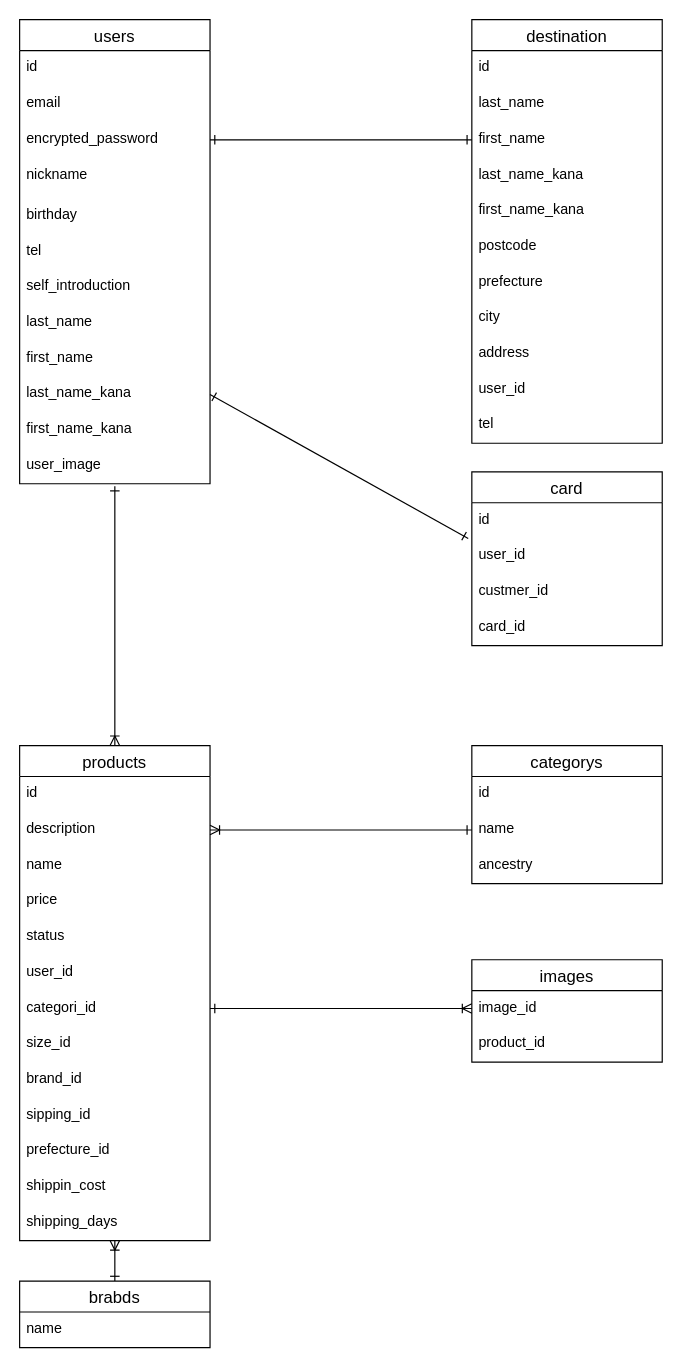
Earlier version of the draw.io diagram furima.dio (u-maki/furima-41584). Source tidied: cells renumbered, new cells numbered last; positions are measured from the earlier drawing's top-left corner, leaving out a move shared by most shapes. Both pictures are drawn from the tidied source at 119%, with x=0, y=0 at pixel (19, 19).
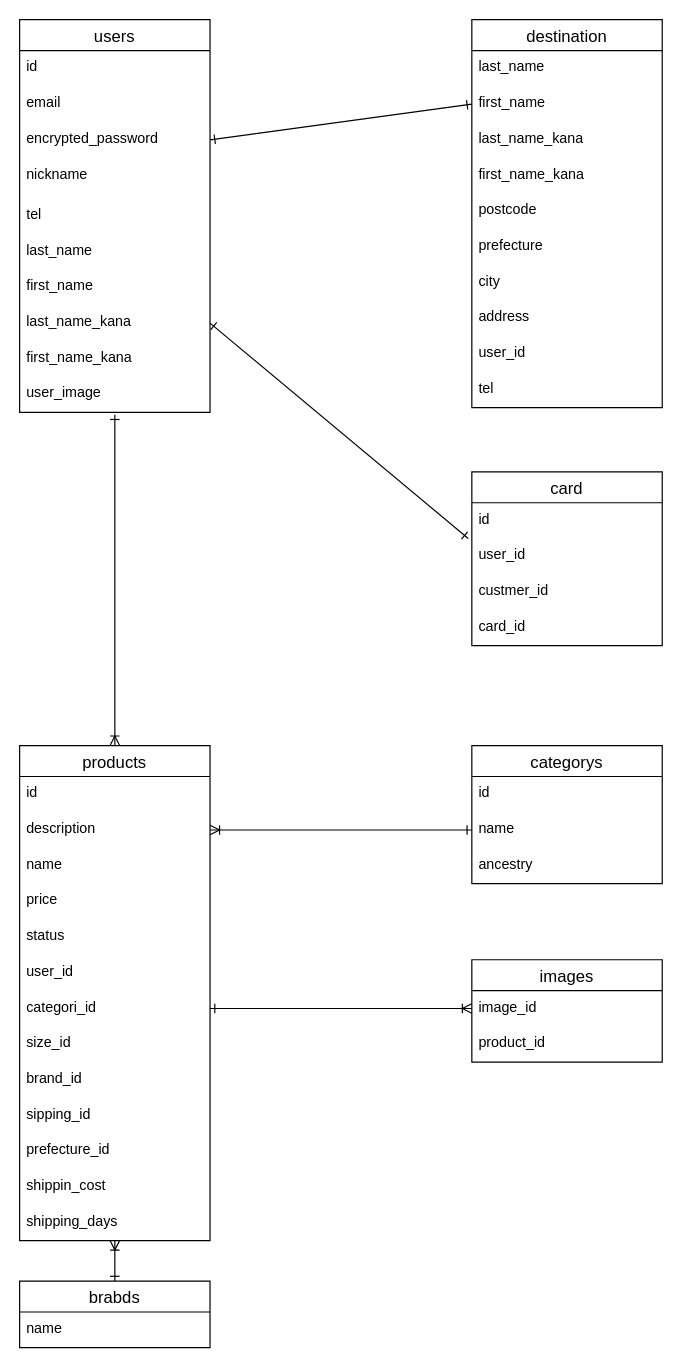
The same diagram, later.

Diff of the diagram source:
```diff
@@
     <mxCell id="2" value="users" style="swimlane;fontStyle=0;horizontal=1;startSize=26;align=center;fontSize=14;" parent="1" vertex="1">
-      <mxGeometry width="160" height="390" as="geometry" />
+      <mxGeometry width="160" height="330" as="geometry" />
     </mxCell>
@@
-    <mxCell id="7" value="birthday" style="text;strokeColor=none;fillColor=none;spacingLeft=4;spacingRight=4;overflow=hidden;fontSize=12;" parent="2" vertex="1">
-      <mxGeometry y="150" width="160" height="30" as="geometry" />
-    </mxCell>
     <mxCell id="8" value="tel" style="text;strokeColor=none;fillColor=none;spacingLeft=4;spacingRight=4;overflow=hidden;fontSize=12;" parent="2" vertex="1">
-      <mxGeometry y="180" width="160" height="30" as="geometry" />
+      <mxGeometry y="150" width="160" height="30" as="geometry" />
     </mxCell>
-    <mxCell id="9" value="self_introduction&#10;" style="text;strokeColor=none;fillColor=none;spacingLeft=4;spacingRight=4;overflow=hidden;fontSize=12;" parent="2" vertex="1">
-      <mxGeometry y="210" width="160" height="30" as="geometry" />
-    </mxCell>
     <mxCell id="10" value="last_name" style="text;strokeColor=none;fillColor=none;spacingLeft=4;spacingRight=4;overflow=hidden;fontSize=12;" parent="2" vertex="1">
-      <mxGeometry y="240" width="160" height="30" as="geometry" />
+      <mxGeometry y="180" width="160" height="30" as="geometry" />
     </mxCell>
     <mxCell id="11" value="first_name" style="text;strokeColor=none;fillColor=none;spacingLeft=4;spacingRight=4;overflow=hidden;fontSize=12;" parent="2" vertex="1">
-      <mxGeometry y="270" width="160" height="30" as="geometry" />
+      <mxGeometry y="210" width="160" height="30" as="geometry" />
     </mxCell>
     <mxCell id="12" value="last_name_kana" style="text;strokeColor=none;fillColor=none;spacingLeft=4;spacingRight=4;overflow=hidden;points=[[0,0.5],[1,0.5]];portConstraint=eastwest;fontSize=12;" parent="2" vertex="1">
-      <mxGeometry y="300" width="160" height="30" as="geometry" />
+      <mxGeometry y="240" width="160" height="30" as="geometry" />
     </mxCell>
     <mxCell id="13" value="first_name_kana" style="text;strokeColor=none;fillColor=none;spacingLeft=4;spacingRight=4;overflow=hidden;fontSize=12;" parent="2" vertex="1">
-      <mxGeometry y="330" width="160" height="30" as="geometry" />
+      <mxGeometry y="270" width="160" height="30" as="geometry" />
     </mxCell>
     <mxCell id="14" value="user_image" style="text;strokeColor=none;fillColor=none;spacingLeft=4;spacingRight=4;overflow=hidden;points=[[0,0.5],[1,0.5]];portConstraint=eastwest;fontSize=12;" parent="2" vertex="1">
-      <mxGeometry y="360" width="160" height="30" as="geometry" />
+      <mxGeometry y="300" width="160" height="30" as="geometry" />
     </mxCell>
@@
     <mxCell id="38" value="destination" style="swimlane;fontStyle=0;horizontal=1;startSize=26;align=center;fontSize=14;" parent="1" vertex="1">
-      <mxGeometry x="380" width="160" height="356" as="geometry" />
+      <mxGeometry x="380" width="160" height="326" as="geometry" />
     </mxCell>
-    <mxCell id="39" value="id" style="text;strokeColor=none;fillColor=none;spacingLeft=4;spacingRight=4;overflow=hidden;fontSize=12;" parent="38" vertex="1">
-      <mxGeometry y="26" width="160" height="30" as="geometry" />
-    </mxCell>
     <mxCell id="40" value="last_name" style="text;strokeColor=none;fillColor=none;spacingLeft=4;spacingRight=4;overflow=hidden;fontSize=12;" parent="38" vertex="1">
-      <mxGeometry y="56" width="160" height="30" as="geometry" />
+      <mxGeometry y="26" width="160" height="30" as="geometry" />
     </mxCell>
     <mxCell id="41" value="first_name" style="text;strokeColor=none;fillColor=none;spacingLeft=4;spacingRight=4;overflow=hidden;points=[[0,0.5],[1,0.5]];portConstraint=eastwest;fontSize=12;" parent="38" vertex="1">
-      <mxGeometry y="86" width="160" height="30" as="geometry" />
+      <mxGeometry y="56" width="160" height="30" as="geometry" />
     </mxCell>
     <mxCell id="42" value="last_name_kana" style="text;strokeColor=none;fillColor=none;spacingLeft=4;spacingRight=4;overflow=hidden;fontSize=12;" parent="38" vertex="1">
-      <mxGeometry y="116" width="160" height="30" as="geometry" />
+      <mxGeometry y="86" width="160" height="30" as="geometry" />
     </mxCell>
     <mxCell id="43" value="first_name_kana" style="text;strokeColor=none;fillColor=none;spacingLeft=4;spacingRight=4;overflow=hidden;fontSize=12;" parent="38" vertex="1">
-      <mxGeometry y="146" width="160" height="30" as="geometry" />
+      <mxGeometry y="116" width="160" height="30" as="geometry" />
     </mxCell>
     <mxCell id="44" value="postcode" style="text;strokeColor=none;fillColor=none;spacingLeft=4;spacingRight=4;overflow=hidden;fontSize=12;" parent="38" vertex="1">
-      <mxGeometry y="176" width="160" height="30" as="geometry" />
+      <mxGeometry y="146" width="160" height="30" as="geometry" />
     </mxCell>
     <mxCell id="45" value="prefecture" style="text;strokeColor=none;fillColor=none;spacingLeft=4;spacingRight=4;overflow=hidden;fontSize=12;" parent="38" vertex="1">
-      <mxGeometry y="206" width="160" height="30" as="geometry" />
+      <mxGeometry y="176" width="160" height="30" as="geometry" />
     </mxCell>
     <mxCell id="46" value="city" style="text;strokeColor=none;fillColor=none;spacingLeft=4;spacingRight=4;overflow=hidden;fontSize=12;" parent="38" vertex="1">
-      <mxGeometry y="236" width="160" height="30" as="geometry" />
+      <mxGeometry y="206" width="160" height="30" as="geometry" />
     </mxCell>
     <mxCell id="47" value="address" style="text;strokeColor=none;fillColor=none;spacingLeft=4;spacingRight=4;overflow=hidden;fontSize=12;" parent="38" vertex="1">
-      <mxGeometry y="266" width="160" height="30" as="geometry" />
+      <mxGeometry y="236" width="160" height="30" as="geometry" />
     </mxCell>
     <mxCell id="48" value="user_id" style="text;strokeColor=none;fillColor=none;spacingLeft=4;spacingRight=4;overflow=hidden;fontSize=12;" parent="38" vertex="1">
-      <mxGeometry y="296" width="160" height="30" as="geometry" />
+      <mxGeometry y="266" width="160" height="30" as="geometry" />
     </mxCell>
     <mxCell id="49" value="tel" style="text;strokeColor=none;fillColor=none;spacingLeft=4;spacingRight=4;overflow=hidden;fontSize=12;" parent="38" vertex="1">
-      <mxGeometry y="326" width="160" height="30" as="geometry" />
+      <mxGeometry y="296" width="160" height="30" as="geometry" />
     </mxCell>
```
